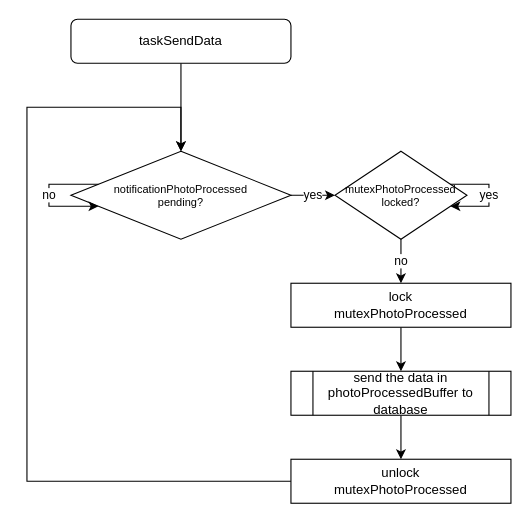
The draw.io diagram Diagrams/taskSendPhoto.drawio in rafaelandrepedro/embebidos2122, before the edit. Source tidied: cells renumbered, new cells numbered last; positions are measured from the earlier drawing's top-left corner, leaving out a move shared by most shapes. Both pictures are drawn from the tidied source at 110%, with x=0, y=0 at pixel (26, 19).
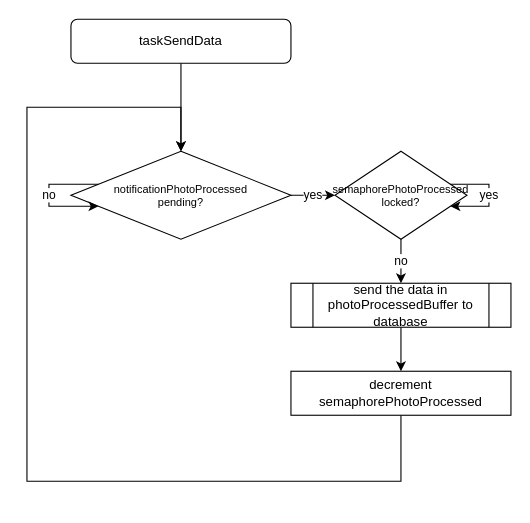
After the change.

Change to the diagram source:
```diff
@@
 <mxGraphModel>
   <root>
     <mxCell id="0" />
     <mxCell id="1" parent="0" />
     <mxCell id="2" style="edgeStyle=orthogonalEdgeStyle;rounded=0;jettySize=auto;html=1;fontSize=10;entryX=0.5;entryY=0;entryDx=0;entryDy=0;" parent="1" edge="1" source="3" target="5">
       <mxGeometry relative="1" as="geometry" />
     </mxCell>
     <mxCell id="3" value="taskSendData" style="rounded=1;whiteSpace=wrap;html=1;" parent="1" vertex="1">
       <mxGeometry x="40" width="200" height="40" as="geometry" />
     </mxCell>
     <mxCell id="4" value="yes" style="edgeStyle=orthogonalEdgeStyle;rounded=0;jettySize=auto;html=1;" parent="1" edge="1" source="5" target="7">
       <mxGeometry relative="1" as="geometry" />
     </mxCell>
     <mxCell id="5" value="notificationPhotoProcessed&lt;br&gt;pending?" style="rhombus;whiteSpace=wrap;html=1;fontSize=10;" parent="1" vertex="1">
       <mxGeometry x="40" y="120" width="200" height="80" as="geometry" />
     </mxCell>
-    <mxCell id="6" value="no" style="edgeStyle=orthogonalEdgeStyle;rounded=0;jettySize=auto;html=1;" parent="1" edge="1" source="7" target="10">
-      <mxGeometry relative="1" as="geometry" />
+    <mxCell id="6" value="no" style="edgeStyle=orthogonalEdgeStyle;rounded=0;jettySize=auto;html=1;" parent="1" edge="1" source="7">
+      <mxGeometry relative="1" as="geometry">
+        <mxPoint x="340" y="240" as="targetPoint" />
+      </mxGeometry>
     </mxCell>
-    <mxCell id="7" value="mutexPhotoProcessed&lt;br style=&quot;font-size: 10px&quot;&gt;locked?" style="rhombus;whiteSpace=wrap;html=1;fontSize=10;" parent="1" vertex="1">
+    <mxCell id="7" value="semaphorePhotoProcessed&lt;br style=&quot;font-size: 10px&quot;&gt;locked?" style="rhombus;whiteSpace=wrap;html=1;fontSize=10;" parent="1" vertex="1">
       <mxGeometry x="280" y="120" width="120" height="80" as="geometry" />
     </mxCell>
     <mxCell id="8" value="yes" style="edgeStyle=orthogonalEdgeStyle;rounded=0;orthogonalLoop=1;jettySize=auto;html=1;" parent="1" edge="1" source="7" target="7">
       <mxGeometry relative="1" as="geometry" />
     </mxCell>
-    <mxCell id="9" style="edgeStyle=orthogonalEdgeStyle;rounded=0;jettySize=auto;html=1;" parent="1" edge="1" source="10" target="12">
-      <mxGeometry relative="1" as="geometry" />
-    </mxCell>
-    <mxCell id="10" value="lock&lt;br&gt;mutexPhotoProcessed" style="rounded=0;whiteSpace=wrap;html=1;" parent="1" vertex="1">
-      <mxGeometry x="240" y="240" width="200" height="40" as="geometry" />
-    </mxCell>
     <mxCell id="11" style="edgeStyle=orthogonalEdgeStyle;rounded=0;jettySize=auto;html=1;" parent="1" edge="1" source="12" target="14">
       <mxGeometry relative="1" as="geometry" />
     </mxCell>
     <mxCell id="12" value="send the data in photoProcessedBuffer to database" style="shape=process;whiteSpace=wrap;html=1;backgroundOutline=1;" parent="1" vertex="1">
-      <mxGeometry x="240" y="320" width="200" height="40" as="geometry" />
+      <mxGeometry x="240" y="240" width="200" height="40" as="geometry" />
     </mxCell>
     <mxCell id="13" style="edgeStyle=orthogonalEdgeStyle;rounded=0;jettySize=auto;html=1;entryX=0.5;entryY=0;entryDx=0;entryDy=0;" parent="1" edge="1" source="14" target="5">
       <mxGeometry relative="1" as="geometry">
         <Array as="points">
           <mxPoint y="420" />
           <mxPoint y="80" />
           <mxPoint x="140" y="80" />
         </Array>
       </mxGeometry>
     </mxCell>
-    <mxCell id="14" value="unlock&lt;br&gt;mutexPhotoProcessed" style="rounded=0;whiteSpace=wrap;html=1;" parent="1" vertex="1">
-      <mxGeometry x="240" y="400" width="200" height="40" as="geometry" />
+    <mxCell id="14" value="decrement&lt;br&gt;semaphorePhotoProcessed" style="rounded=0;whiteSpace=wrap;html=1;" parent="1" vertex="1">
+      <mxGeometry x="240" y="320" width="200" height="40" as="geometry" />
     </mxCell>
     <mxCell id="15" value="no" style="edgeStyle=orthogonalEdgeStyle;rounded=0;orthogonalLoop=1;jettySize=auto;html=1;" parent="1" edge="1" source="5" target="5">
       <mxGeometry relative="1" as="geometry">
         <Array as="points">
           <mxPoint x="20" y="160" />
         </Array>
       </mxGeometry>
     </mxCell>
   </root>
 </mxGraphModel>
```
